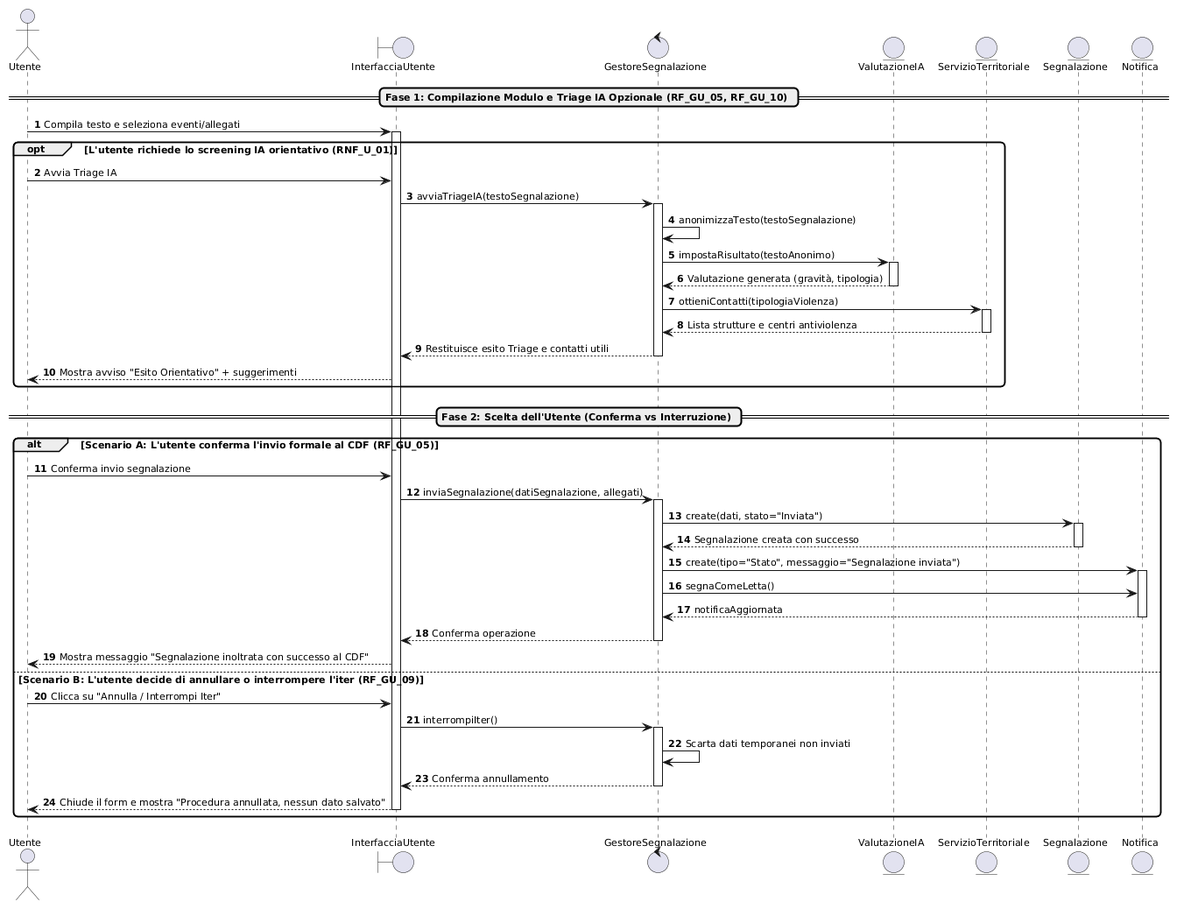
The PlantUML diagram docs/rad/assets/images/SD_Invio_Segnalazione_Utente.png in pharos-oss/pharos, before a commit.
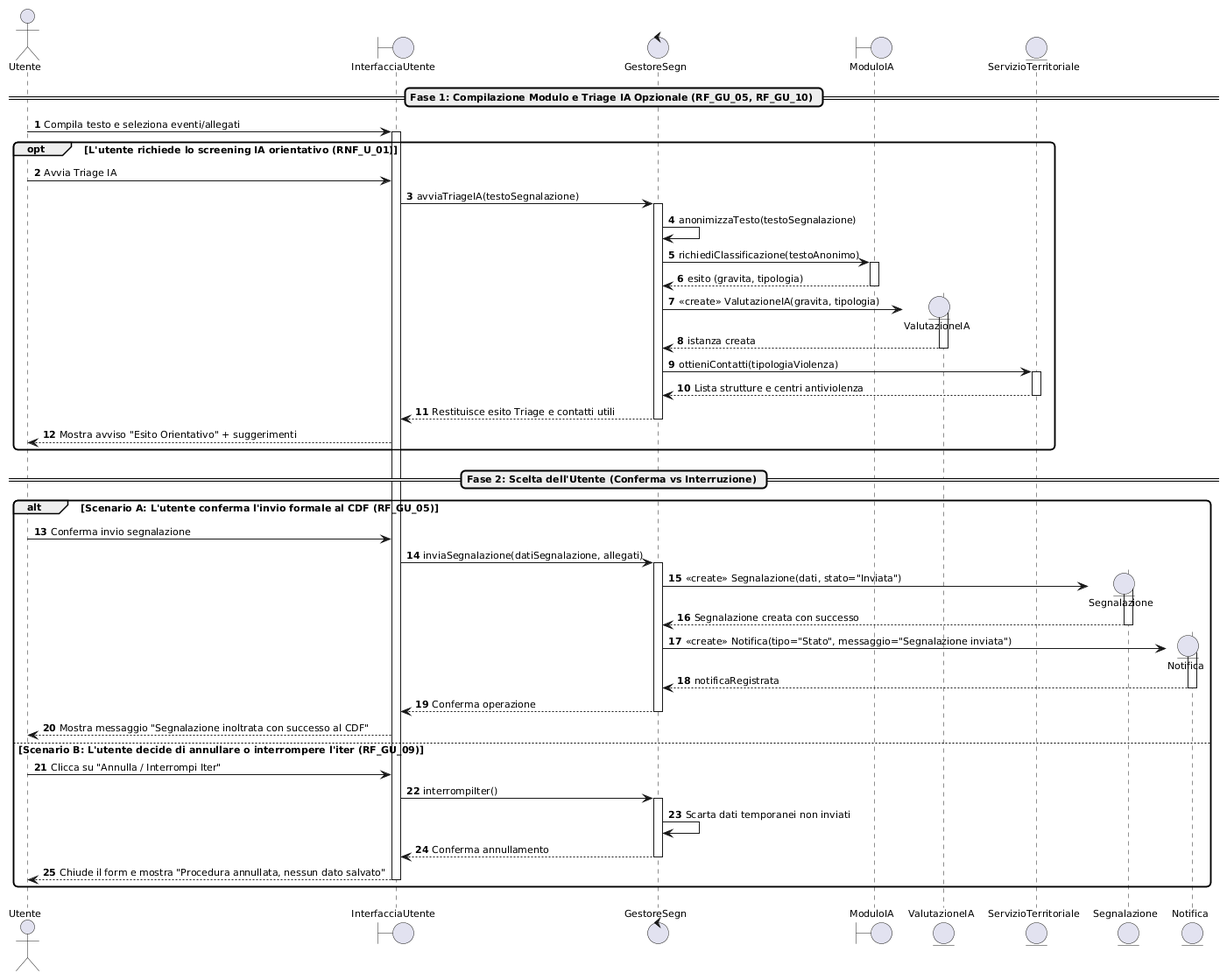
Later version of the same file.

Commit message:
docs: modificato sequence diagram 1 "SD_Invio_Segnalazione_Utente"

What changed in the source:
```diff
@@ -9,7 +9,8 @@
 
 actor "Utente" as U
 boundary "InterfacciaUtente" as IU
-control "GestoreSegnalazione" as GS
+control "GestoreSegn" as GS
+boundary "ModuloIA" as MIA
 entity "ValutazioneIA" as VIA
 entity "ServizioTerritoriale" as ST
 entity "Segnalazione" as S
@@ -27,9 +28,15 @@
 
     GS -> GS : anonimizzaTesto(testoSegnalazione)
 
-    GS -> VIA : impostaRisultato(testoAnonimo)
+    GS -> MIA : richiediClassificazione(testoAnonimo)
+    activate MIA
+    MIA --> GS : esito (gravita, tipologia)
+    deactivate MIA
+
+    create VIA
+    GS -> VIA : <<create>> ValutazioneIA(gravita, tipologia)
     activate VIA
-    VIA --> GS : Valutazione generata (gravità, tipologia)
+    VIA --> GS : istanza creata
     deactivate VIA
 
     GS -> ST : ottieniContatti(tipologiaViolenza)
@@ -50,15 +57,16 @@
     IU -> GS : inviaSegnalazione(datiSegnalazione, allegati)
     activate GS
 
-    GS -> S : create(dati, stato="Inviata")
+    create S
+    GS -> S : <<create>> Segnalazione(dati, stato="Inviata")
     activate S
     S --> GS : Segnalazione creata con successo
     deactivate S
 
-    GS -> N : create(tipo="Stato", messaggio="Segnalazione inviata")
+    create N
+    GS -> N : <<create>> Notifica(tipo="Stato", messaggio="Segnalazione inviata")
     activate N
-    GS -> N : segnaComeLetta()
-    N --> GS : notificaAggiornata
+    N --> GS : notificaRegistrata
     deactivate N
 
     GS --> IU : Conferma operazione
```
